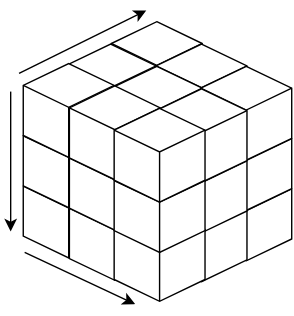
dboyliao/TaipeiPy-numpy-talk-2023-Jan keeps this draw.io diagram as images/array-3d.drawio.svg. Above is the earlier version. Source tidied: cells renumbered, new cells last; positions are measured from the earlier drawing's top-left corner, leaving out a move shared by most shapes. Source of this version:
```xml
<mxGraphModel>
  <root>
    <mxCell id="0" />
    <mxCell id="1" parent="0" />
    <mxCell id="2" style="html=1;whiteSpace=wrap;shape=isoCube2;backgroundOutline=1;isoAngle=15;" parent="1" vertex="1">
      <mxGeometry x="72" y="8" width="65" height="67" as="geometry" />
    </mxCell>
    <mxCell id="3" style="html=1;whiteSpace=wrap;shape=isoCube2;backgroundOutline=1;isoAngle=15;" parent="1" vertex="1">
      <mxGeometry x="39" y="24" width="65" height="67" as="geometry" />
    </mxCell>
    <mxCell id="4" style="html=1;whiteSpace=wrap;shape=isoCube2;backgroundOutline=1;isoAngle=15;" parent="1" vertex="1">
      <mxGeometry x="104" y="24" width="65" height="67" as="geometry" />
    </mxCell>
    <mxCell id="5" style="html=1;whiteSpace=wrap;shape=isoCube2;backgroundOutline=1;isoAngle=15;" parent="1" vertex="1">
      <mxGeometry x="72" y="40" width="65" height="67" as="geometry" />
    </mxCell>
    <mxCell id="6" style="html=1;whiteSpace=wrap;shape=isoCube2;backgroundOutline=1;isoAngle=15;" parent="1" vertex="1">
      <mxGeometry x="9" y="110" width="65" height="67" as="geometry" />
    </mxCell>
    <mxCell id="7" style="html=1;whiteSpace=wrap;shape=isoCube2;backgroundOutline=1;isoAngle=15;" parent="1" vertex="1">
      <mxGeometry x="9" y="74" width="65" height="67" as="geometry" />
    </mxCell>
    <mxCell id="8" style="html=1;whiteSpace=wrap;shape=isoCube2;backgroundOutline=1;isoAngle=15;" parent="1" vertex="1">
      <mxGeometry x="9" y="38" width="65" height="67" as="geometry" />
    </mxCell>
    <mxCell id="9" style="html=1;whiteSpace=wrap;shape=isoCube2;backgroundOutline=1;isoAngle=15;" parent="1" vertex="1">
      <mxGeometry x="42" y="126" width="65" height="67" as="geometry" />
    </mxCell>
    <mxCell id="10" style="html=1;whiteSpace=wrap;shape=isoCube2;backgroundOutline=1;isoAngle=15;" parent="1" vertex="1">
      <mxGeometry x="42" y="90" width="65" height="67" as="geometry" />
    </mxCell>
    <mxCell id="11" style="html=1;whiteSpace=wrap;shape=isoCube2;backgroundOutline=1;isoAngle=15;" parent="1" vertex="1">
      <mxGeometry x="42" y="54" width="65" height="67" as="geometry" />
    </mxCell>
    <mxCell id="12" style="html=1;whiteSpace=wrap;shape=isoCube2;backgroundOutline=1;isoAngle=15;" parent="1" vertex="1">
      <mxGeometry x="136" y="112" width="65" height="67" as="geometry" />
    </mxCell>
    <mxCell id="13" style="html=1;whiteSpace=wrap;shape=isoCube2;backgroundOutline=1;isoAngle=15;" parent="1" vertex="1">
      <mxGeometry x="136" y="76" width="65" height="67" as="geometry" />
    </mxCell>
    <mxCell id="14" style="html=1;whiteSpace=wrap;shape=isoCube2;backgroundOutline=1;isoAngle=15;" parent="1" vertex="1">
      <mxGeometry x="136" y="40" width="65" height="67" as="geometry" />
    </mxCell>
    <mxCell id="15" style="html=1;whiteSpace=wrap;shape=isoCube2;backgroundOutline=1;isoAngle=15;" parent="1" vertex="1">
      <mxGeometry x="104" y="127" width="65" height="67" as="geometry" />
    </mxCell>
    <mxCell id="16" style="html=1;whiteSpace=wrap;shape=isoCube2;backgroundOutline=1;isoAngle=15;" parent="1" vertex="1">
      <mxGeometry x="104" y="92" width="65" height="67" as="geometry" />
    </mxCell>
    <mxCell id="17" style="html=1;whiteSpace=wrap;shape=isoCube2;backgroundOutline=1;isoAngle=15;" parent="1" vertex="1">
      <mxGeometry x="104" y="56" width="65" height="67" as="geometry" />
    </mxCell>
    <mxCell id="18" style="html=1;whiteSpace=wrap;shape=isoCube2;backgroundOutline=1;isoAngle=15;" parent="1" vertex="1">
      <mxGeometry x="74" y="141" width="65" height="67" as="geometry" />
    </mxCell>
    <mxCell id="19" style="html=1;whiteSpace=wrap;shape=isoCube2;backgroundOutline=1;isoAngle=15;" parent="1" vertex="1">
      <mxGeometry x="74" y="106" width="65" height="67" as="geometry" />
    </mxCell>
    <mxCell id="20" style="html=1;whiteSpace=wrap;shape=isoCube2;backgroundOutline=1;isoAngle=15;" parent="1" vertex="1">
      <mxGeometry x="74" y="70" width="65" height="67" as="geometry" />
    </mxCell>
    <mxCell id="21" style="endArrow=classic;html=1;" parent="1" edge="1">
      <mxGeometry relative="1" as="geometry">
        <mxPoint y="58" as="sourcePoint" />
        <mxPoint y="158" as="targetPoint" />
      </mxGeometry>
    </mxCell>
    <mxCell id="22" style="endArrow=classic;html=1;" parent="1" edge="1">
      <mxGeometry relative="1" as="geometry">
        <mxPoint x="10" y="173" as="sourcePoint" />
        <mxPoint x="89" y="210" as="targetPoint" />
      </mxGeometry>
    </mxCell>
    <mxCell id="23" style="endArrow=classic;html=1;" parent="1" edge="1">
      <mxGeometry relative="1" as="geometry">
        <mxPoint x="6" y="45" as="sourcePoint" />
        <mxPoint x="97" as="targetPoint" />
      </mxGeometry>
    </mxCell>
  </root>
</mxGraphModel>
```
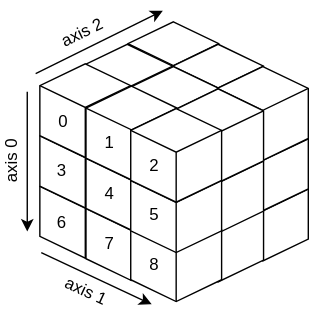
The same file after the commit.

The edit, as a diff of the source:
```diff
@@ -77,5 +77,41 @@
         <mxPoint x="97" as="targetPoint" />
       </mxGeometry>
     </mxCell>
+    <mxCell id="24" value="axis 0" style="text;html=1;strokeColor=none;fillColor=none;align=center;verticalAlign=middle;whiteSpace=wrap;rounded=0;direction=south;horizontal=0;" parent="1" vertex="1">
+      <mxGeometry x="-19" y="75" width="15" height="65" as="geometry" />
+    </mxCell>
+    <mxCell id="25" value="axis 1" style="text;html=1;strokeColor=none;fillColor=none;align=center;verticalAlign=middle;whiteSpace=wrap;rounded=0;direction=west;horizontal=1;rotation=25;" parent="1" vertex="1">
+      <mxGeometry x="10" y="193" width="65" height="15" as="geometry" />
+    </mxCell>
+    <mxCell id="26" value="axis 2" style="text;html=1;strokeColor=none;fillColor=none;align=center;verticalAlign=middle;whiteSpace=wrap;rounded=0;direction=west;horizontal=1;rotation=334;" parent="1" vertex="1">
+      <mxGeometry x="7" y="8" width="65" height="15" as="geometry" />
+    </mxCell>
+    <mxCell id="27" value="0" style="text;html=1;strokeColor=none;fillColor=none;align=center;verticalAlign=middle;whiteSpace=wrap;rounded=0;" parent="1" vertex="1">
+      <mxGeometry x="-4" y="65" width="60" height="30" as="geometry" />
+    </mxCell>
+    <mxCell id="28" value="1" style="text;html=1;strokeColor=none;fillColor=none;align=center;verticalAlign=middle;whiteSpace=wrap;rounded=0;" parent="1" vertex="1">
+      <mxGeometry x="29" y="79.5" width="60" height="30" as="geometry" />
+    </mxCell>
+    <mxCell id="29" value="2" style="text;html=1;strokeColor=none;fillColor=none;align=center;verticalAlign=middle;whiteSpace=wrap;rounded=0;" parent="1" vertex="1">
+      <mxGeometry x="61" y="96" width="60" height="30" as="geometry" />
+    </mxCell>
+    <mxCell id="30" value="3" style="text;html=1;strokeColor=none;fillColor=none;align=center;verticalAlign=middle;whiteSpace=wrap;rounded=0;" parent="1" vertex="1">
+      <mxGeometry x="-5" y="100" width="60" height="30" as="geometry" />
+    </mxCell>
+    <mxCell id="31" value="4" style="text;html=1;strokeColor=none;fillColor=none;align=center;verticalAlign=middle;whiteSpace=wrap;rounded=0;" parent="1" vertex="1">
+      <mxGeometry x="29" y="116" width="60" height="30" as="geometry" />
+    </mxCell>
+    <mxCell id="32" value="5" style="text;html=1;strokeColor=none;fillColor=none;align=center;verticalAlign=middle;whiteSpace=wrap;rounded=0;" parent="1" vertex="1">
+      <mxGeometry x="61" y="131" width="60" height="30" as="geometry" />
+    </mxCell>
+    <mxCell id="33" value="6" style="text;html=1;strokeColor=none;fillColor=none;align=center;verticalAlign=middle;whiteSpace=wrap;rounded=0;" parent="1" vertex="1">
+      <mxGeometry x="-5" y="137" width="60" height="30" as="geometry" />
+    </mxCell>
+    <mxCell id="34" value="7" style="text;html=1;strokeColor=none;fillColor=none;align=center;verticalAlign=middle;whiteSpace=wrap;rounded=0;" parent="1" vertex="1">
+      <mxGeometry x="29" y="152" width="60" height="30" as="geometry" />
+    </mxCell>
+    <mxCell id="35" value="8" style="text;html=1;strokeColor=none;fillColor=none;align=center;verticalAlign=middle;whiteSpace=wrap;rounded=0;" parent="1" vertex="1">
+      <mxGeometry x="61" y="167" width="60" height="30" as="geometry" />
+    </mxCell>
   </root>
 </mxGraphModel>
```
